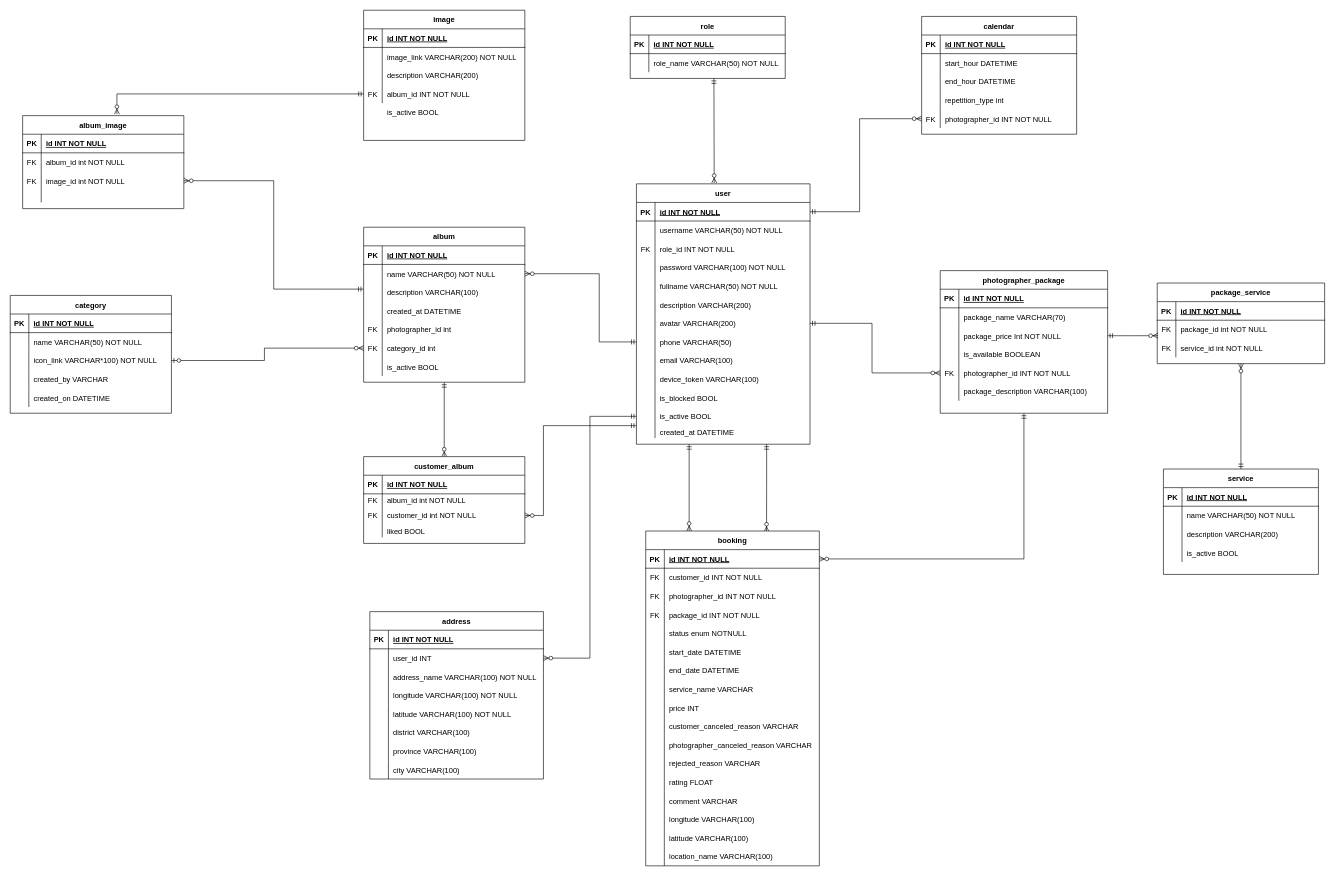
This is Documents/diagrams/physical-database-181020.drawio from thienthao/pbs, a draw.io file, before an edit. Source tidied: cells renumbered, new cells numbered last; positions are measured from the earlier drawing's top-left corner, leaving out a move shared by most shapes. Both pictures are drawn from the tidied source at 62%, with x=0, y=0 at pixel (10, 10).
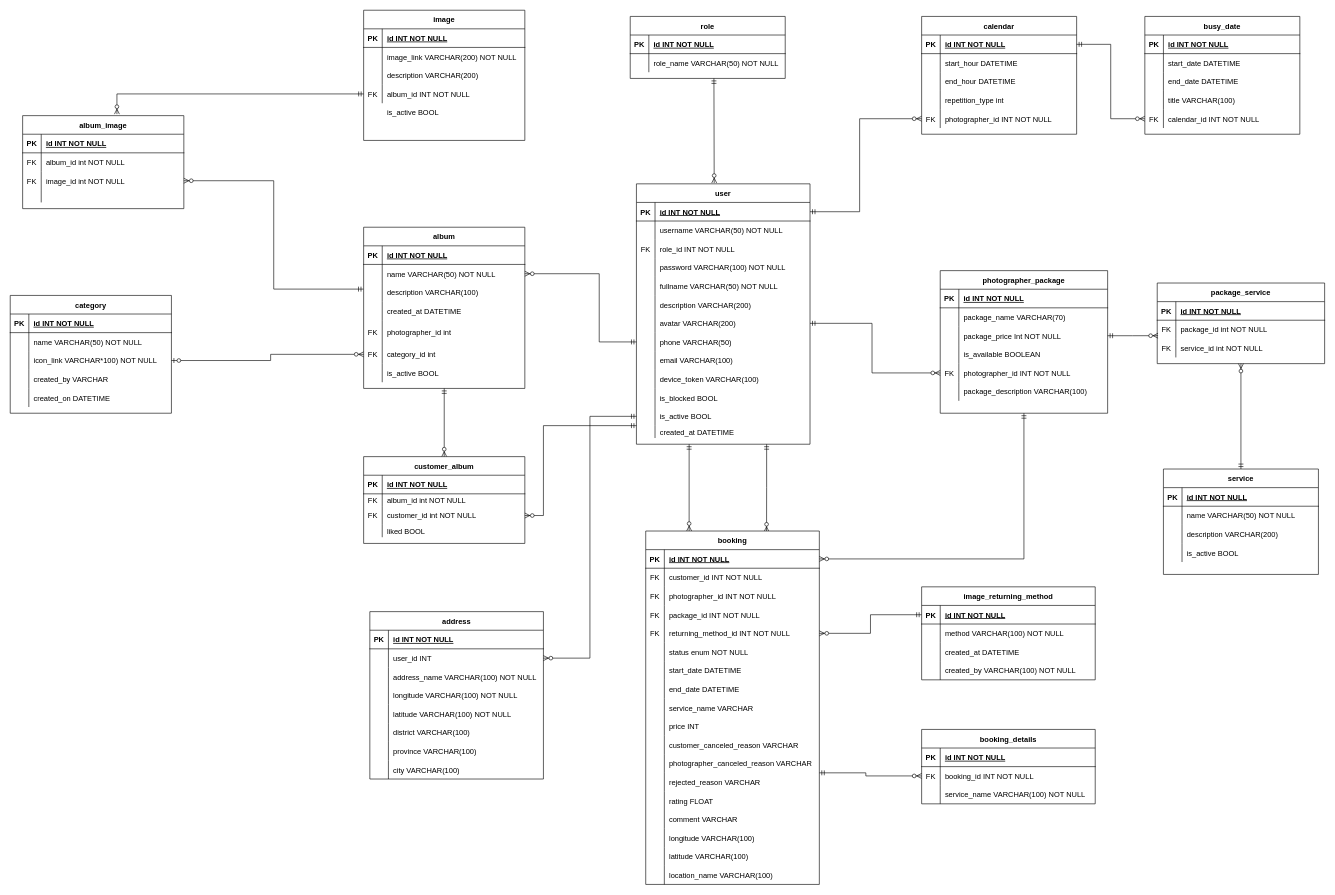
The same page after the edit.

The change refers to these unchanged cells:
```xml
<mxCell id="66" style="shape=partialRectangle;fillColor=none;points=[[0,0.5],[1,0.5]];portConstraint=eastwest;top=0;left=0;right=0;bottom=1;" parent="65" vertex="1">
  <mxGeometry y="30" width="250" height="30" as="geometry" />
</mxCell>
<mxCell id="141" style="shape=partialRectangle;fillColor=none;points=[[0,0.5],[1,0.5]];portConstraint=eastwest;top=0;left=0;right=0;bottom=0;" parent="134" vertex="1">
  <mxGeometry y="90" width="260" height="30" as="geometry" />
</mxCell>
```

The edit, as a diff of the source:
```diff
@@
     <mxCell id="6" style="edgeStyle=orthogonalEdgeStyle;rounded=0;jettySize=auto;html=1;entryX=0;entryY=0.5;entryDx=0;entryDy=0;startArrow=ERzeroToOne;startFill=1;endArrow=ERzeroToMany;endFill=1;exitX=1;exitY=0.5;exitDx=0;exitDy=0;" parent="1" edge="1" source="141" target="44">
       <mxGeometry relative="1" as="geometry">
         <Array as="points">
-          <mxPoint x="410" y="565" />
-          <mxPoint x="410" y="545" />
+          <mxPoint x="420" y="565" />
+          <mxPoint x="420" y="555" />
         </Array>
       </mxGeometry>
     </mxCell>
@@
     <mxCell id="28" value="album" style="shape=table;startSize=30;childLayout=tableLayout;rowLines=0;fontStyle=1;align=center;" parent="1" vertex="1">
-      <mxGeometry x="570" y="350" width="260" height="250" as="geometry" />
+      <mxGeometry x="570" y="350" width="260" height="260" as="geometry" />
     </mxCell>
@@
     <mxCell id="41" style="shape=partialRectangle;fillColor=none;top=0;left=0;right=0;bottom=0;" parent="28" vertex="1">
-      <mxGeometry y="150" width="260" height="30" as="geometry" />
+      <mxGeometry y="150" width="260" height="40" as="geometry" />
     </mxCell>
     <mxCell id="42" value="FK" style="shape=partialRectangle;overflow=hidden;fillColor=none;top=0;left=0;bottom=0;right=0;" parent="41" vertex="1">
-      <mxGeometry width="30" height="30" as="geometry" />
+      <mxGeometry width="30" height="40" as="geometry" />
     </mxCell>
     <mxCell id="43" value="photographer_id int " style="shape=partialRectangle;overflow=hidden;fillColor=none;top=0;left=0;bottom=0;right=0;align=left;spacingLeft=6;" parent="41" vertex="1">
-      <mxGeometry x="30" width="230" height="30" as="geometry" />
+      <mxGeometry x="30" width="230" height="40" as="geometry" />
     </mxCell>
     <mxCell id="44" style="shape=partialRectangle;fillColor=none;points=[[0,0.5],[1,0.5]];portConstraint=eastwest;top=0;left=0;right=0;bottom=0;" parent="28" vertex="1">
-      <mxGeometry y="180" width="260" height="30" as="geometry" />
+      <mxGeometry y="190" width="260" height="30" as="geometry" />
     </mxCell>
@@
     <mxCell id="47" style="shape=partialRectangle;fillColor=none;top=0;left=0;right=0;bottom=0;" parent="28" vertex="1">
-      <mxGeometry y="210" width="260" height="30" as="geometry" />
+      <mxGeometry y="220" width="260" height="30" as="geometry" />
     </mxCell>
@@
     <mxCell id="169" value="booking" style="shape=table;startSize=30;childLayout=tableLayout;rowLines=0;fontStyle=1;align=center;" parent="1" vertex="1">
-      <mxGeometry x="1025" y="840" width="280" height="540" as="geometry" />
+      <mxGeometry x="1025" y="840" width="280" height="570" as="geometry" />
     </mxCell>
@@
+    <mxCell id="277" style="shape=partialRectangle;fillColor=none;points=[[0,0.5],[1,0.5]];portConstraint=eastwest;top=0;left=0;right=0;bottom=0;" parent="169" vertex="1">
+      <mxGeometry y="150" width="280" height="30" as="geometry" />
+    </mxCell>
+    <mxCell id="278" value="FK" style="shape=partialRectangle;overflow=hidden;fillColor=none;top=0;left=0;bottom=0;right=0;" parent="277" vertex="1">
+      <mxGeometry width="30" height="30" as="geometry" />
+    </mxCell>
+    <mxCell id="279" value="returning_method_id INT NOT NULL" style="shape=partialRectangle;overflow=hidden;fillColor=none;top=0;left=0;bottom=0;right=0;align=left;spacingLeft=6;" parent="277" vertex="1">
+      <mxGeometry x="30" width="250" height="30" as="geometry" />
+    </mxCell>
     <mxCell id="182" style="shape=partialRectangle;fillColor=none;top=0;left=0;right=0;bottom=0;" parent="169" vertex="1">
-      <mxGeometry y="150" width="280" height="30" as="geometry" />
+      <mxGeometry y="180" width="280" height="30" as="geometry" />
     </mxCell>
@@
-    <mxCell id="184" value="status enum NOTNULL" style="shape=partialRectangle;overflow=hidden;fillColor=none;top=0;left=0;bottom=0;right=0;align=left;spacingLeft=6;" parent="182" vertex="1">
+    <mxCell id="184" value="status enum NOT NULL" style="shape=partialRectangle;overflow=hidden;fillColor=none;top=0;left=0;bottom=0;right=0;align=left;spacingLeft=6;" parent="182" vertex="1">
       <mxGeometry x="30" width="250" height="30" as="geometry" />
     </mxCell>
     <mxCell id="185" style="shape=partialRectangle;fillColor=none;top=0;left=0;right=0;bottom=0;" parent="169" vertex="1">
-      <mxGeometry y="180" width="280" height="30" as="geometry" />
+      <mxGeometry y="210" width="280" height="30" as="geometry" />
     </mxCell>
@@
     <mxCell id="188" style="shape=partialRectangle;fillColor=none;top=0;left=0;right=0;bottom=0;" parent="169" vertex="1">
-      <mxGeometry y="210" width="280" height="30" as="geometry" />
+      <mxGeometry y="240" width="280" height="30" as="geometry" />
     </mxCell>
@@
     <mxCell id="191" style="shape=partialRectangle;fillColor=none;top=0;left=0;right=0;bottom=0;" parent="169" vertex="1">
-      <mxGeometry y="240" width="280" height="30" as="geometry" />
+      <mxGeometry y="270" width="280" height="30" as="geometry" />
     </mxCell>
@@
     <mxCell id="194" style="shape=partialRectangle;fillColor=none;top=0;left=0;right=0;bottom=0;" parent="169" vertex="1">
-      <mxGeometry y="270" width="280" height="30" as="geometry" />
+      <mxGeometry y="300" width="280" height="30" as="geometry" />
     </mxCell>
@@
     <mxCell id="197" style="shape=partialRectangle;fillColor=none;top=0;left=0;right=0;bottom=0;" parent="169" vertex="1">
-      <mxGeometry y="300" width="280" height="30" as="geometry" />
+      <mxGeometry y="330" width="280" height="30" as="geometry" />
     </mxCell>
@@
     <mxCell id="200" style="shape=partialRectangle;fillColor=none;top=0;left=0;right=0;bottom=0;" parent="169" vertex="1">
-      <mxGeometry y="330" width="280" height="30" as="geometry" />
+      <mxGeometry y="360" width="280" height="30" as="geometry" />
     </mxCell>
@@
     <mxCell id="203" style="shape=partialRectangle;fillColor=none;top=0;left=0;right=0;bottom=0;" parent="169" vertex="1">
-      <mxGeometry y="360" width="280" height="30" as="geometry" />
+      <mxGeometry y="390" width="280" height="30" as="geometry" />
     </mxCell>
@@
     <mxCell id="206" style="shape=partialRectangle;fillColor=none;top=0;left=0;right=0;bottom=0;" parent="169" vertex="1">
-      <mxGeometry y="390" width="280" height="30" as="geometry" />
+      <mxGeometry y="420" width="280" height="30" as="geometry" />
     </mxCell>
@@
     <mxCell id="209" style="shape=partialRectangle;fillColor=none;top=0;left=0;right=0;bottom=0;" parent="169" vertex="1">
-      <mxGeometry y="420" width="280" height="30" as="geometry" />
+      <mxGeometry y="450" width="280" height="30" as="geometry" />
     </mxCell>
@@
     <mxCell id="212" style="shape=partialRectangle;fillColor=none;top=0;left=0;right=0;bottom=0;" parent="169" vertex="1">
-      <mxGeometry y="450" width="280" height="30" as="geometry" />
+      <mxGeometry y="480" width="280" height="30" as="geometry" />
     </mxCell>
@@
     <mxCell id="215" style="shape=partialRectangle;fillColor=none;top=0;left=0;right=0;bottom=0;" parent="169" vertex="1">
-      <mxGeometry y="480" width="280" height="30" as="geometry" />
+      <mxGeometry y="510" width="280" height="30" as="geometry" />
     </mxCell>
@@
     <mxCell id="218" style="shape=partialRectangle;fillColor=none;top=0;left=0;right=0;bottom=0;" parent="169" vertex="1">
-      <mxGeometry y="510" width="280" height="30" as="geometry" />
+      <mxGeometry y="540" width="280" height="30" as="geometry" />
     </mxCell>
@@
+    <mxCell id="280" style="edgeStyle=orthogonalEdgeStyle;rounded=0;jettySize=auto;html=1;entryX=0;entryY=0.5;entryDx=0;entryDy=0;startArrow=ERmandOne;startFill=0;endArrow=ERzeroToMany;endFill=1;" parent="1" edge="1" target="299">
+      <mxGeometry relative="1" as="geometry">
+        <mxPoint x="1305" y="1230" as="sourcePoint" />
+        <Array as="points">
+          <mxPoint x="1380" y="1230" />
+          <mxPoint x="1380" y="1235" />
+        </Array>
+      </mxGeometry>
+    </mxCell>
+    <mxCell id="281" value="image_returning_method" style="shape=table;startSize=30;childLayout=tableLayout;rowLines=0;fontStyle=1;align=center;" parent="1" vertex="1">
+      <mxGeometry x="1470" y="930" width="280" height="150" as="geometry" />
+    </mxCell>
+    <mxCell id="282" style="shape=partialRectangle;fillColor=none;points=[[0,0.5],[1,0.5]];portConstraint=eastwest;top=0;left=0;right=0;bottom=1;" parent="281" vertex="1">
+      <mxGeometry y="30" width="280" height="30" as="geometry" />
+    </mxCell>
+    <mxCell id="283" value="PK" style="shape=partialRectangle;overflow=hidden;fillColor=none;top=0;left=0;bottom=0;right=0;fontStyle=1;" parent="282" vertex="1">
+      <mxGeometry width="30" height="30" as="geometry" />
+    </mxCell>
+    <mxCell id="284" value="id INT NOT NULL " style="shape=partialRectangle;overflow=hidden;fillColor=none;top=0;left=0;bottom=0;right=0;align=left;spacingLeft=6;fontStyle=5;" parent="282" vertex="1">
+      <mxGeometry x="30" width="250" height="30" as="geometry" />
+    </mxCell>
+    <mxCell id="285" style="shape=partialRectangle;fillColor=none;top=0;left=0;right=0;bottom=0;" parent="281" vertex="1">
+      <mxGeometry y="60" width="280" height="30" as="geometry" />
+    </mxCell>
+    <mxCell id="286" style="shape=partialRectangle;overflow=hidden;fillColor=none;top=0;left=0;bottom=0;right=0;" parent="285" vertex="1">
+      <mxGeometry width="30" height="30" as="geometry" />
+    </mxCell>
+    <mxCell id="287" value="method VARCHAR(100) NOT NULL" style="shape=partialRectangle;overflow=hidden;fillColor=none;top=0;left=0;bottom=0;right=0;align=left;spacingLeft=6;" parent="285" vertex="1">
+      <mxGeometry x="30" width="250" height="30" as="geometry" />
+    </mxCell>
+    <mxCell id="288" style="shape=partialRectangle;fillColor=none;top=0;left=0;right=0;bottom=0;" parent="281" vertex="1">
+      <mxGeometry y="90" width="280" height="30" as="geometry" />
+    </mxCell>
+    <mxCell id="289" style="shape=partialRectangle;overflow=hidden;fillColor=none;top=0;left=0;bottom=0;right=0;" parent="288" vertex="1">
+      <mxGeometry width="30" height="30" as="geometry" />
+    </mxCell>
+    <mxCell id="290" value="created_at DATETIME" style="shape=partialRectangle;overflow=hidden;fillColor=none;top=0;left=0;bottom=0;right=0;align=left;spacingLeft=6;" parent="288" vertex="1">
+      <mxGeometry x="30" width="250" height="30" as="geometry" />
+    </mxCell>
+    <mxCell id="291" style="shape=partialRectangle;fillColor=none;top=0;left=0;right=0;bottom=0;" parent="281" vertex="1">
+      <mxGeometry y="120" width="280" height="30" as="geometry" />
+    </mxCell>
+    <mxCell id="292" style="shape=partialRectangle;overflow=hidden;fillColor=none;top=0;left=0;bottom=0;right=0;" parent="291" vertex="1">
+      <mxGeometry width="30" height="30" as="geometry" />
+    </mxCell>
+    <mxCell id="293" value="created_by VARCHAR(100) NOT NULL" style="shape=partialRectangle;overflow=hidden;fillColor=none;top=0;left=0;bottom=0;right=0;align=left;spacingLeft=6;" parent="291" vertex="1">
+      <mxGeometry x="30" width="250" height="30" as="geometry" />
+    </mxCell>
+    <mxCell id="294" style="edgeStyle=orthogonalEdgeStyle;rounded=0;jettySize=auto;html=1;exitX=1;exitY=0.5;exitDx=0;exitDy=0;entryX=0;entryY=0.5;entryDx=0;entryDy=0;startArrow=ERzeroToMany;startFill=1;endArrow=ERmandOne;endFill=0;" parent="1" edge="1" source="277" target="282">
+      <mxGeometry relative="1" as="geometry" />
+    </mxCell>
+    <mxCell id="295" value="booking_details" style="shape=table;startSize=30;childLayout=tableLayout;rowLines=0;fontStyle=1;align=center;" parent="1" vertex="1">
+      <mxGeometry x="1470" y="1160" width="280" height="120" as="geometry" />
+    </mxCell>
+    <mxCell id="296" style="shape=partialRectangle;fillColor=none;top=0;left=0;right=0;bottom=1;" parent="295" vertex="1">
+      <mxGeometry y="30" width="280" height="30" as="geometry" />
+    </mxCell>
+    <mxCell id="297" value="PK" style="shape=partialRectangle;overflow=hidden;fillColor=none;top=0;left=0;bottom=0;right=0;fontStyle=1;" parent="296" vertex="1">
+      <mxGeometry width="30" height="30" as="geometry" />
+    </mxCell>
+    <mxCell id="298" value="id INT NOT NULL " style="shape=partialRectangle;overflow=hidden;fillColor=none;top=0;left=0;bottom=0;right=0;align=left;spacingLeft=6;fontStyle=5;" parent="296" vertex="1">
+      <mxGeometry x="30" width="250" height="30" as="geometry" />
+    </mxCell>
+    <mxCell id="299" style="shape=partialRectangle;fillColor=none;points=[[0,0.5],[1,0.5]];portConstraint=eastwest;top=0;left=0;right=0;bottom=0;" parent="295" vertex="1">
+      <mxGeometry y="60" width="280" height="30" as="geometry" />
+    </mxCell>
+    <mxCell id="300" value="FK" style="shape=partialRectangle;overflow=hidden;fillColor=none;top=0;left=0;bottom=0;right=0;" parent="299" vertex="1">
+      <mxGeometry width="30" height="30" as="geometry" />
+    </mxCell>
+    <mxCell id="301" value="booking_id INT NOT NULL" style="shape=partialRectangle;overflow=hidden;fillColor=none;top=0;left=0;bottom=0;right=0;align=left;spacingLeft=6;" parent="299" vertex="1">
+      <mxGeometry x="30" width="250" height="30" as="geometry" />
+    </mxCell>
+    <mxCell id="302" style="shape=partialRectangle;fillColor=none;top=0;left=0;right=0;bottom=0;" parent="295" vertex="1">
+      <mxGeometry y="90" width="280" height="30" as="geometry" />
+    </mxCell>
+    <mxCell id="303" style="shape=partialRectangle;overflow=hidden;fillColor=none;top=0;left=0;bottom=0;right=0;" parent="302" vertex="1">
+      <mxGeometry width="30" height="30" as="geometry" />
+    </mxCell>
+    <mxCell id="304" value="service_name VARCHAR(100) NOT NULL" style="shape=partialRectangle;overflow=hidden;fillColor=none;top=0;left=0;bottom=0;right=0;align=left;spacingLeft=6;" parent="302" vertex="1">
+      <mxGeometry x="30" width="250" height="30" as="geometry" />
+    </mxCell>
+    <mxCell id="305" value="busy_date" style="shape=table;startSize=30;childLayout=tableLayout;rowLines=0;fontStyle=1;align=center;" parent="1" vertex="1">
+      <mxGeometry x="1830" y="10" width="250" height="190" as="geometry" />
+    </mxCell>
+    <mxCell id="306" style="shape=partialRectangle;fillColor=none;top=0;left=0;right=0;bottom=1;" parent="305" vertex="1">
+      <mxGeometry y="30" width="250" height="30" as="geometry" />
+    </mxCell>
+    <mxCell id="307" value="PK" style="shape=partialRectangle;overflow=hidden;fillColor=none;top=0;left=0;bottom=0;right=0;fontStyle=1;" parent="306" vertex="1">
+      <mxGeometry width="30" height="30" as="geometry" />
+    </mxCell>
+    <mxCell id="308" value="id INT NOT NULL " style="shape=partialRectangle;overflow=hidden;fillColor=none;top=0;left=0;bottom=0;right=0;align=left;spacingLeft=6;fontStyle=5;" parent="306" vertex="1">
+      <mxGeometry x="30" width="220" height="30" as="geometry" />
+    </mxCell>
+    <mxCell id="309" style="shape=partialRectangle;fillColor=none;top=0;left=0;right=0;bottom=0;" parent="305" vertex="1">
+      <mxGeometry y="60" width="250" height="30" as="geometry" />
+    </mxCell>
+    <mxCell id="310" style="shape=partialRectangle;overflow=hidden;fillColor=none;top=0;left=0;bottom=0;right=0;" parent="309" vertex="1">
+      <mxGeometry width="30" height="30" as="geometry" />
+    </mxCell>
+    <mxCell id="311" value="start_date DATETIME " style="shape=partialRectangle;overflow=hidden;fillColor=none;top=0;left=0;bottom=0;right=0;align=left;spacingLeft=6;" parent="309" vertex="1">
+      <mxGeometry x="30" width="220" height="30" as="geometry" />
+    </mxCell>
+    <mxCell id="312" style="shape=partialRectangle;fillColor=none;top=0;left=0;right=0;bottom=0;" parent="305" vertex="1">
+      <mxGeometry y="90" width="250" height="30" as="geometry" />
+    </mxCell>
+    <mxCell id="313" style="shape=partialRectangle;overflow=hidden;fillColor=none;top=0;left=0;bottom=0;right=0;" parent="312" vertex="1">
+      <mxGeometry width="30" height="30" as="geometry" />
+    </mxCell>
+    <mxCell id="314" value="end_date DATETIME " style="shape=partialRectangle;overflow=hidden;fillColor=none;top=0;left=0;bottom=0;right=0;align=left;spacingLeft=6;" parent="312" vertex="1">
+      <mxGeometry x="30" width="220" height="30" as="geometry" />
+    </mxCell>
+    <mxCell id="315" style="shape=partialRectangle;fillColor=none;top=0;left=0;right=0;bottom=0;" parent="305" vertex="1">
+      <mxGeometry y="120" width="250" height="30" as="geometry" />
+    </mxCell>
+    <mxCell id="316" style="shape=partialRectangle;overflow=hidden;fillColor=none;top=0;left=0;bottom=0;right=0;" parent="315" vertex="1">
+      <mxGeometry width="30" height="30" as="geometry" />
+    </mxCell>
+    <mxCell id="317" value="title VARCHAR(100)" style="shape=partialRectangle;overflow=hidden;fillColor=none;top=0;left=0;bottom=0;right=0;align=left;spacingLeft=6;" parent="315" vertex="1">
+      <mxGeometry x="30" width="220" height="30" as="geometry" />
+    </mxCell>
+    <mxCell id="318" style="shape=partialRectangle;fillColor=none;points=[[0,0.5],[1,0.5]];portConstraint=eastwest;top=0;left=0;right=0;bottom=0;" parent="305" vertex="1">
+      <mxGeometry y="150" width="250" height="30" as="geometry" />
+    </mxCell>
+    <mxCell id="319" value="FK" style="shape=partialRectangle;overflow=hidden;fillColor=none;top=0;left=0;bottom=0;right=0;" parent="318" vertex="1">
+      <mxGeometry width="30" height="30" as="geometry" />
+    </mxCell>
+    <mxCell id="320" value="calendar_id INT NOT NULL" style="shape=partialRectangle;overflow=hidden;fillColor=none;top=0;left=0;bottom=0;right=0;align=left;spacingLeft=6;" parent="318" vertex="1">
+      <mxGeometry x="30" width="220" height="30" as="geometry" />
+    </mxCell>
+    <mxCell id="321" style="edgeStyle=orthogonalEdgeStyle;rounded=0;jettySize=auto;html=1;exitX=1;exitY=0.5;exitDx=0;exitDy=0;entryX=0;entryY=0.5;entryDx=0;entryDy=0;startArrow=ERmandOne;startFill=0;endArrow=ERzeroToMany;endFill=1;" parent="1" edge="1" source="66" target="318">
+      <mxGeometry relative="1" as="geometry" />
+    </mxCell>
```
